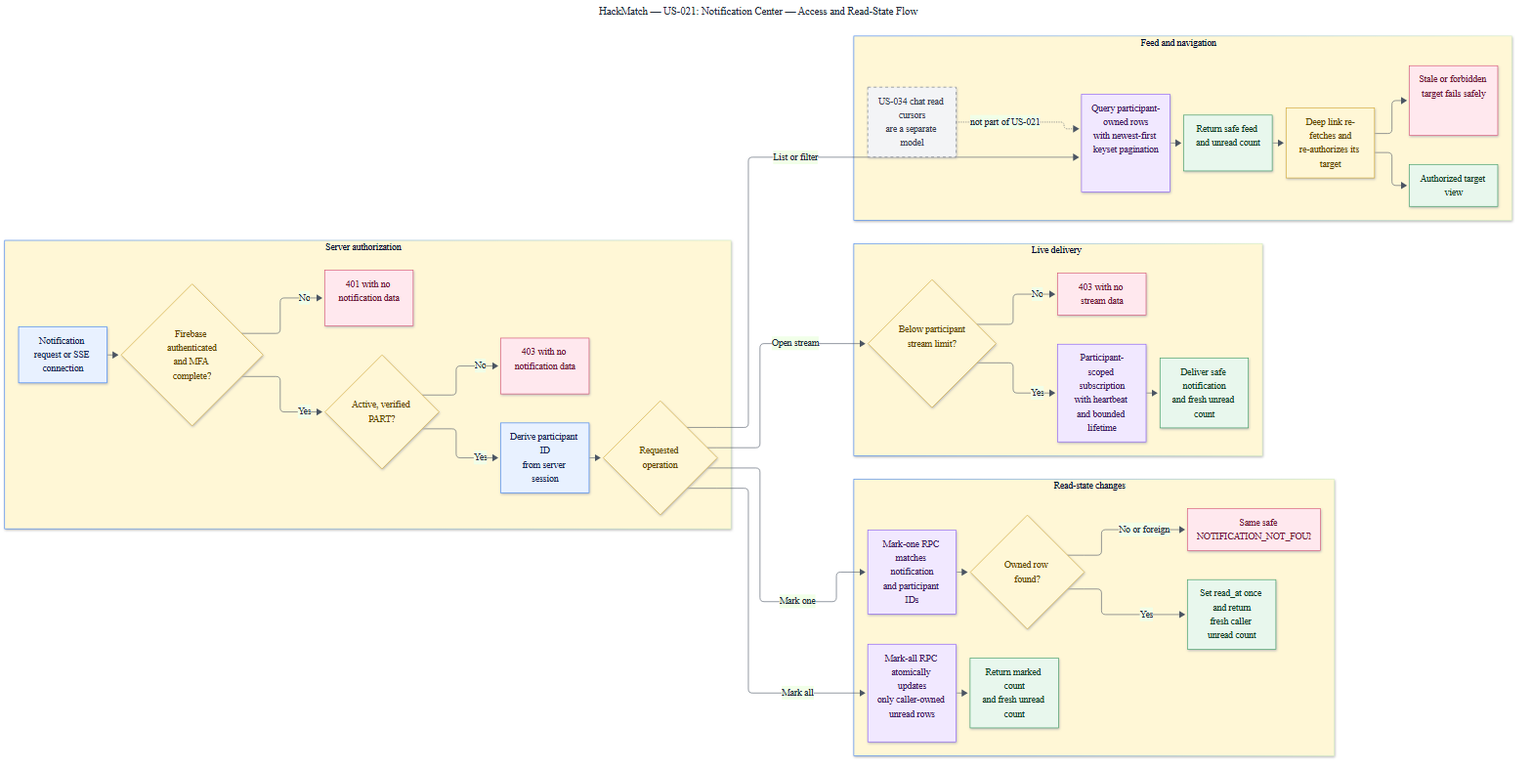
Earlier version of the Mermaid export docs/diagrams/US-021/US-021-notification-access-read-flow.png (comp313-g1/HackMatch). Its source is kept beside it as docs/diagrams/US-021/US-021-notification-access-read-flow.mmd. Its diagram source:
```mermaid
---
title: "HackMatch — US-021: Notification Center — Access and Read-State Flow"
---
%%{init: {"theme":"base","themeVariables":{"background":"#ffffff","primaryColor":"#e8f1ff","primaryTextColor":"#1f2937","primaryBorderColor":"#3b82f6","lineColor":"#4b5563","tertiaryColor":"#fff7d6","fontFamily":"Arial, sans-serif"},"flowchart":{"useMaxWidth":true,"htmlLabels":true,"curve":"basis","nodeSpacing":30,"rankSpacing":38,"padding":14}}}%%
flowchart LR
    subgraph GATE[Server authorization]
        direction TB
        A[Notification request or SSE connection]:::identity --> B{Firebase authenticated<br/>and MFA complete?}:::decision
        B -- No --> X[401 with no notification data]:::denied
        B -- Yes --> C{Active, verified PART?}:::decision
        C -- No --> Y[403 with no notification data]:::denied
        C -- Yes --> D[Derive participant ID<br/>from server session]:::identity
        D --> E{Requested operation}:::decision
    end

    subgraph FEED[Feed and navigation]
        direction TB
        F[Query participant-owned rows<br/>with newest-first keyset pagination]:::domain
        F --> G[Return safe feed and unread count]:::success
        G --> Q[Deep link re-fetches and<br/>re-authorizes its target]:::decision
        Q --> R[Stale or forbidden target fails safely]:::denied
        Q --> S[Authorized target view]:::success
        T[US-034 chat read cursors<br/>are a separate model]:::internal -. not part of US-021 .-> F
    end

    subgraph STREAM[Live delivery]
        direction TB
        H{Below participant<br/>stream limit?}:::decision
        H -- No --> Y2[403 with no stream data]:::denied
        H -- Yes --> I[Participant-scoped subscription<br/>with heartbeat and bounded lifetime]:::domain
        I --> G2[Deliver safe notification<br/>and fresh unread count]:::success
    end

    subgraph READ[Read-state changes]
        direction TB
        J[Mark-one RPC matches notification<br/>and participant IDs]:::domain --> K{Owned row found?}:::decision
        K -- No or foreign --> L[Same safe NOTIFICATION_NOT_FOUND]:::denied
        K -- Yes --> M[Set read_at once and return<br/>fresh caller unread count]:::success
        N[Mark-all RPC atomically updates<br/>only caller-owned unread rows]:::domain --> O[Return marked count<br/>and fresh unread count]:::success
    end

    E -- List or filter --> F
    E -- Open stream --> H
    E -- Mark one --> J
    E -- Mark all --> N

    classDef identity fill:#e8f1ff,stroke:#3b82f6,color:#172554
    classDef domain fill:#f1e8ff,stroke:#8b5cf6,color:#3b1d64
    classDef decision fill:#fff7d6,stroke:#d4a72c,color:#5f4700
    classDef success fill:#e8f7ed,stroke:#3a9b5f,color:#123d24
    classDef denied fill:#ffe8ee,stroke:#d94f70,color:#6f1733
    classDef internal fill:#f3f4f6,stroke:#6b7280,color:#374151,stroke-dasharray: 5 5
```
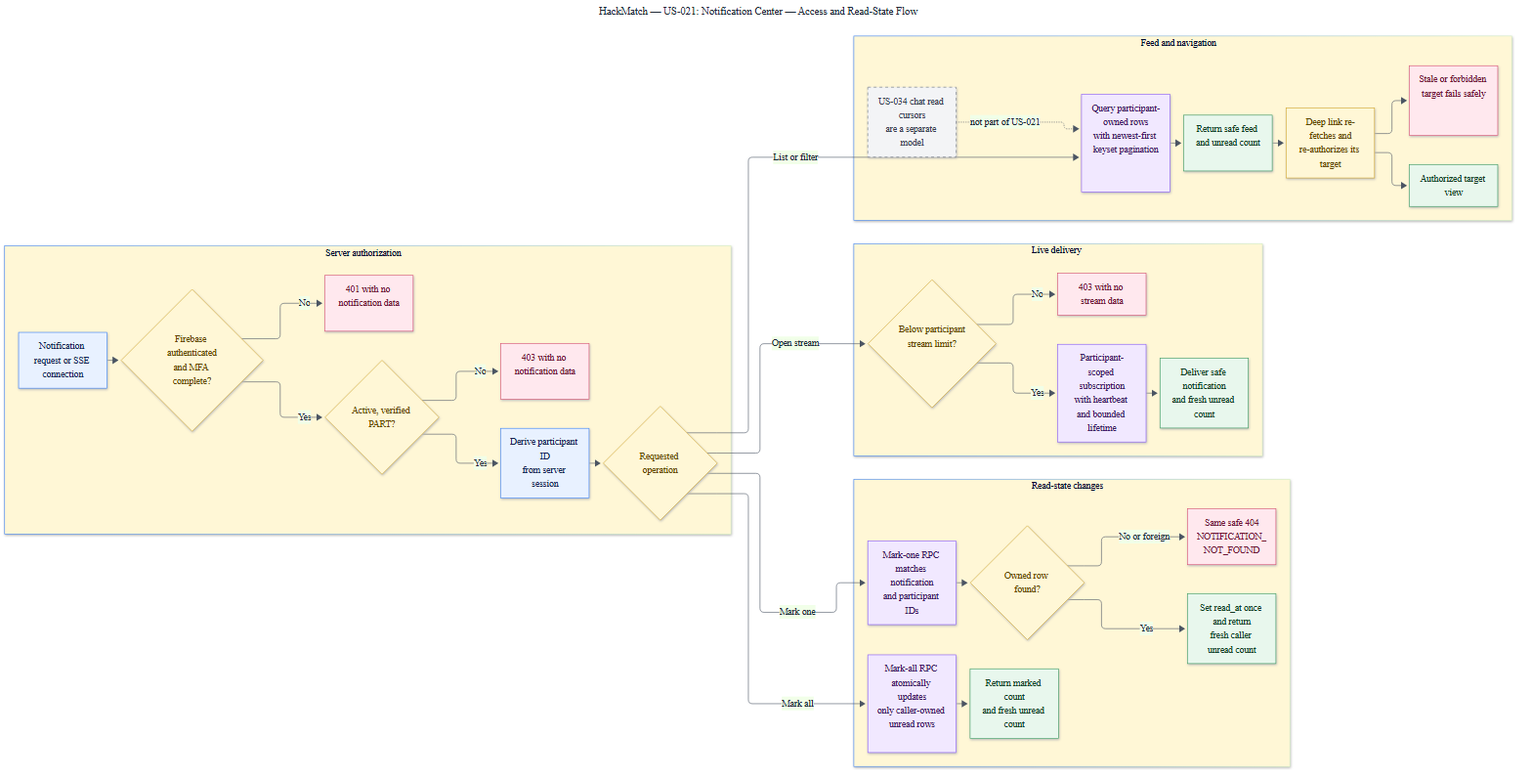
Above is the later version.

The edit, as a diff of the source:
```diff
@@ -34,7 +34,7 @@
     subgraph READ[Read-state changes]
         direction TB
         J[Mark-one RPC matches notification<br/>and participant IDs]:::domain --> K{Owned row found?}:::decision
-        K -- No or foreign --> L[Same safe NOTIFICATION_NOT_FOUND]:::denied
+        K -- No or foreign --> L["Same safe 404<br/>NOTIFICATION_<br/>NOT_FOUND"]:::denied
         K -- Yes --> M[Set read_at once and return<br/>fresh caller unread count]:::success
         N[Mark-all RPC atomically updates<br/>only caller-owned unread rows]:::domain --> O[Return marked count<br/>and fresh unread count]:::success
     end
```
